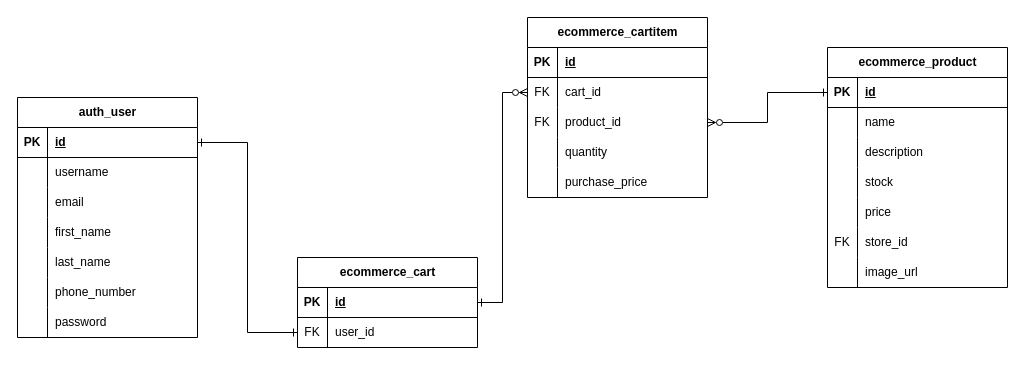
Before: page "Add products to cart" (2 of 3) of E-Commerce API ERD.drawio in RHILIUS/drawio, a draw.io diagram. Source tidied: cells renumbered, new cells numbered last; positions are measured from the earlier drawing's top-left corner, leaving out a move shared by most shapes. Both pictures are drawn from the tidied source at 100%, with x=0, y=0 at pixel (17, 17).
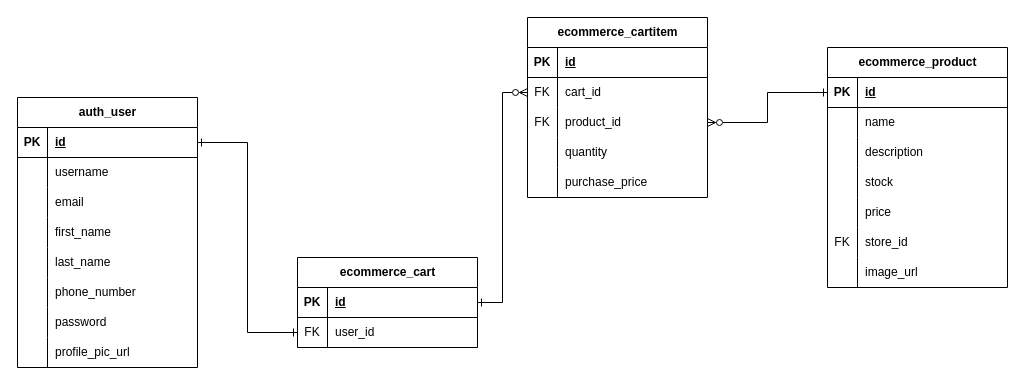
After the change.

The edit, as a diff of the source:
```diff
@@
     <mxCell id="31" value="auth_user" style="shape=table;startSize=30;childLayout=tableLayout;rowLines=0;fontStyle=1;align=center;html=1;" parent="1" vertex="1">
-      <mxGeometry y="80" width="180" height="240" as="geometry" />
+      <mxGeometry y="80" width="180" height="270" as="geometry" />
     </mxCell>
@@
+    <mxCell id="72" style="shape=tableRow;horizontal=0;startSize=0;swimlaneHead=0;swimlaneBody=0;fillColor=none;top=0;left=0;right=0;bottom=0;" parent="31" vertex="1">
+      <mxGeometry y="240" width="180" height="30" as="geometry" />
+    </mxCell>
+    <mxCell id="73" style="shape=partialRectangle;fillColor=none;top=0;left=0;bottom=0;right=0;overflow=hidden;whiteSpace=wrap;html=1;" parent="72" vertex="1">
+      <mxGeometry width="30" height="30" as="geometry" />
+    </mxCell>
+    <mxCell id="74" value="profile_pic_url" style="shape=partialRectangle;fillColor=none;top=0;left=0;bottom=0;right=0;align=left;spacingLeft=6;overflow=hidden;whiteSpace=wrap;html=1;" parent="72" vertex="1">
+      <mxGeometry x="30" width="150" height="30" as="geometry" />
+    </mxCell>
```
